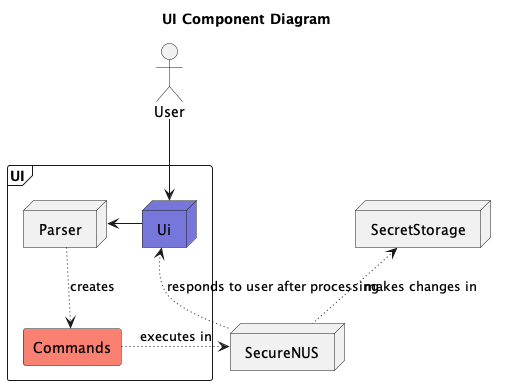
Above: docs/DGDiagramsCreator/UI-UI_Component_Diagram.png in stevenantya/tp (PlantUML), before the change. Source of this version:
```plantuml
@startuml
!include Style.puml
title UI Component Diagram
actor User
node SecureNUS
node SecretStorage
frame "UI" {
    node Ui UI_COLOR
    node Parser
    rectangle Commands COMMAND_COLOR
    Ui -> Parser
    Parser -[dotted]-> Commands :creates
}
Commands -[dotted]right-> SecureNUS :executes in
SecureNUS -[dotted]up-> SecretStorage :makes changes in
SecureNUS -[dotted]up-> Ui :responds to user after processing
Ui <-up- User
@enduml
```
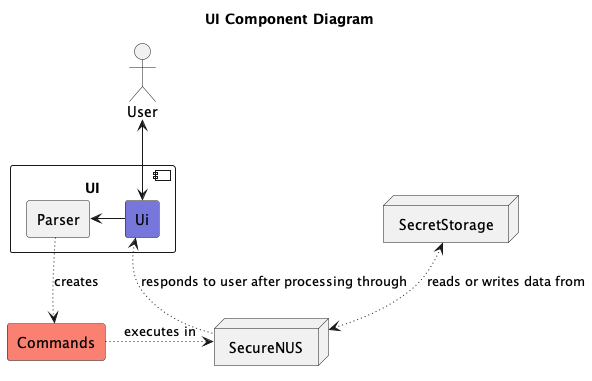
The same diagram one commit later.

What changed in the source:
```diff
@@ -4,15 +4,15 @@
 actor User
 node SecureNUS
 node SecretStorage
-frame "UI" {
-    node Ui UI_COLOR
-    node Parser
-    rectangle Commands COMMAND_COLOR
+component "UI" {
+    rectangle Ui UI_COLOR
+    rectangle Parser
     Ui -> Parser
-    Parser -[dotted]-> Commands :creates
 }
+rectangle Commands COMMAND_COLOR
+Parser -[dotted]-> Commands :creates
 Commands -[dotted]right-> SecureNUS :executes in
-SecureNUS -[dotted]up-> SecretStorage :makes changes in
-SecureNUS -[dotted]up-> Ui :responds to user after processing
-Ui <-up- User
+SecureNUS <-[dotted]up-> SecretStorage :reads or writes data from
+SecureNUS -[dotted]up-> Ui :responds to user after processing through
+Ui <-up-> User
 @enduml
```
